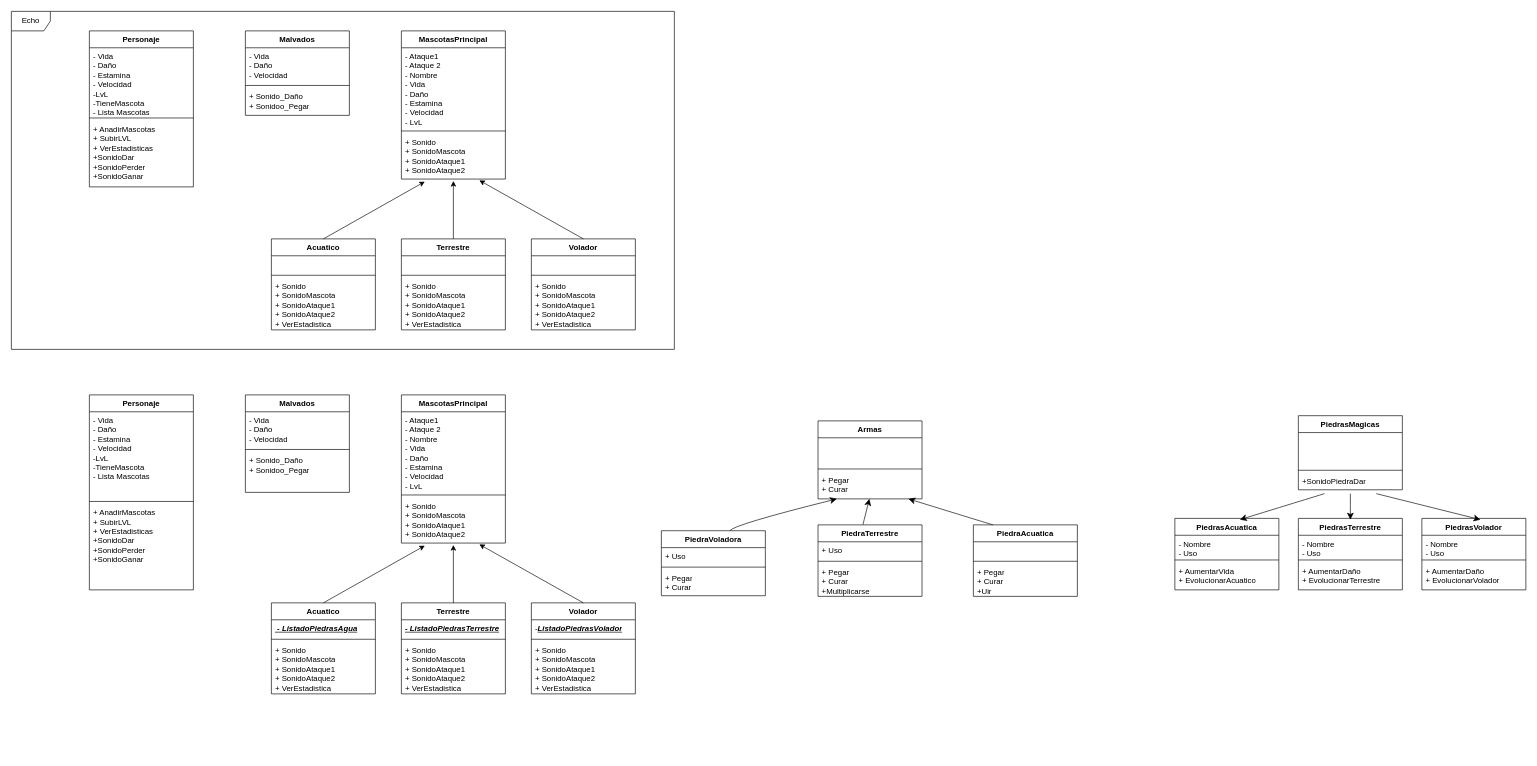
Before: Diagrama.drawio in PereMateuRodriguez/Proyecto_Pokimin, a draw.io diagram. Source tidied: cells renumbered, new cells numbered last; positions are measured from the earlier drawing's top-left corner, leaving out a move shared by most shapes. Both pictures are drawn from the tidied source at 65%, with x=0, y=0 at pixel (11, 11).
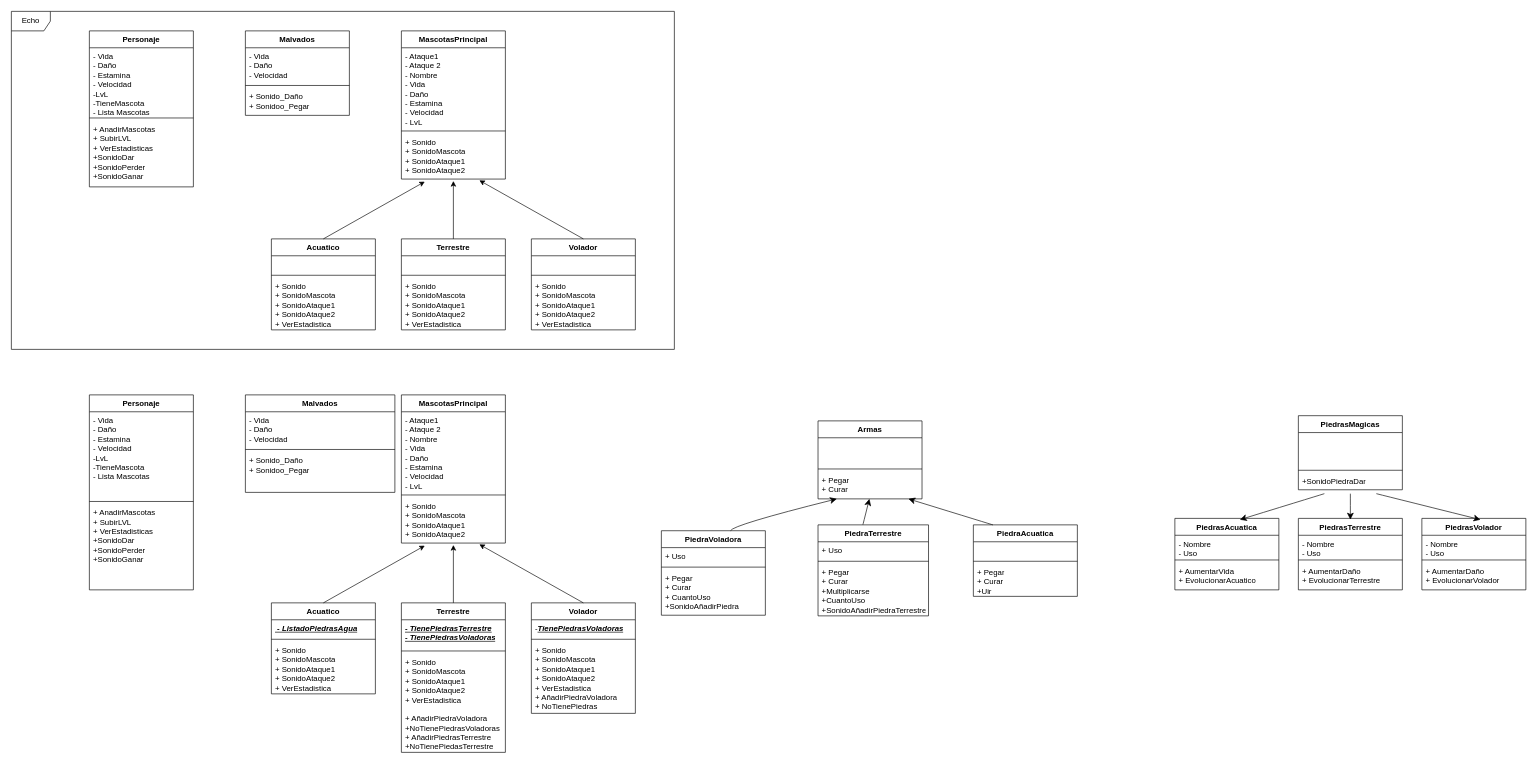
The same diagram, later.

Commit message (it also covers changes not shown here):
Añadiendo Piedras Magicas e diagrama de clases

Change to the diagram source:
```diff
@@
     <mxCell id="34" value="Malvados" style="swimlane;fontStyle=1;align=center;verticalAlign=top;horizontal=1;startSize=26;whiteSpace=wrap;html=1;" parent="1" vertex="1">
-      <mxGeometry x="360" y="590" width="160" height="150" as="geometry" />
+      <mxGeometry x="360" y="590" width="230" height="150" as="geometry" />
     </mxCell>
     <mxCell id="35" value="- Vida&lt;br&gt;- Daño&lt;br&gt;- Velocidad" style="text;align=left;verticalAlign=top;spacingLeft=4;spacingRight=4;overflow=hidden;whiteSpace=wrap;html=1;" parent="34" vertex="1">
-      <mxGeometry y="26" width="160" height="54" as="geometry" />
+      <mxGeometry y="26" width="230" height="54" as="geometry" />
     </mxCell>
     <mxCell id="36" style="line;strokeWidth=1;fillColor=none;align=left;verticalAlign=middle;spacingTop=-1;spacingLeft=3;spacingRight=3;labelPosition=right;strokeColor=inherit;" parent="34" vertex="1">
-      <mxGeometry y="80" width="160" height="8" as="geometry" />
+      <mxGeometry y="80" width="230" height="8" as="geometry" />
     </mxCell>
-    <mxCell id="37" value="+ Sonido_Daño&lt;br&gt;+ Sonidoo_Pegar&lt;br&gt;" style="text;strokeColor=none;fillColor=none;align=left;verticalAlign=top;spacingLeft=4;spacingRight=4;overflow=hidden;whiteSpace=wrap;html=1;" parent="34" vertex="1">
-      <mxGeometry y="88" width="160" height="62" as="geometry" />
+    <mxCell id="37" value="+ Sonido_Daño&lt;br&gt;+ Sonidoo_Pegar" style="text;strokeColor=none;fillColor=none;align=left;verticalAlign=top;spacingLeft=4;spacingRight=4;overflow=hidden;whiteSpace=wrap;html=1;" parent="34" vertex="1">
+      <mxGeometry y="88" width="230" height="62" as="geometry" />
     </mxCell>
@@
     <mxCell id="46" value="Terrestre" style="swimlane;fontStyle=1;align=center;verticalAlign=top;horizontal=1;startSize=26;whiteSpace=wrap;html=1;" parent="1" vertex="1">
-      <mxGeometry x="600" y="910" width="160" height="140" as="geometry" />
+      <mxGeometry x="600" y="910" width="160" height="230" as="geometry" />
     </mxCell>
-    <mxCell id="47" value="&lt;u&gt;&lt;i&gt;&lt;b&gt;- ListadoPiedrasTerrestre&lt;br&gt;&lt;/b&gt;&lt;/i&gt;&lt;/u&gt;" style="text;strokeColor=none;fillColor=none;align=left;verticalAlign=top;spacingLeft=4;spacingRight=4;overflow=hidden;whiteSpace=wrap;html=1;" parent="46" vertex="1">
-      <mxGeometry y="26" width="160" height="26" as="geometry" />
+    <mxCell id="47" value="&lt;u&gt;&lt;i&gt;&lt;b&gt;- TienePiedrasTerrestre&lt;/b&gt;&lt;/i&gt;&lt;/u&gt;&lt;div&gt;&lt;u&gt;&lt;i&gt;&lt;b&gt;- TienePiedrasVoladoras&lt;/b&gt;&lt;/i&gt;&lt;/u&gt;&lt;/div&gt;" style="text;strokeColor=none;fillColor=none;align=left;verticalAlign=top;spacingLeft=4;spacingRight=4;overflow=hidden;whiteSpace=wrap;html=1;" parent="46" vertex="1">
+      <mxGeometry y="26" width="160" height="44" as="geometry" />
     </mxCell>
     <mxCell id="48" style="line;strokeWidth=1;fillColor=none;align=left;verticalAlign=middle;spacingTop=-1;spacingLeft=3;spacingRight=3;labelPosition=right;strokeColor=inherit;" parent="46" vertex="1">
-      <mxGeometry y="52" width="160" height="8" as="geometry" />
+      <mxGeometry y="70" width="160" height="8" as="geometry" />
     </mxCell>
-    <mxCell id="49" value="+ Sonido&lt;br style=&quot;border-color: var(--border-color);&quot;&gt;+ SonidoMascota&lt;br style=&quot;border-color: var(--border-color);&quot;&gt;+ SonidoAtaque1&lt;br style=&quot;border-color: var(--border-color);&quot;&gt;+ SonidoAtaque2&lt;br&gt;+ VerEstadistica" style="text;strokeColor=none;fillColor=none;align=left;verticalAlign=top;spacingLeft=4;spacingRight=4;overflow=hidden;whiteSpace=wrap;html=1;" parent="46" vertex="1">
-      <mxGeometry y="60" width="160" height="80" as="geometry" />
+    <mxCell id="49" value="+ Sonido&lt;br style=&quot;border-color: var(--border-color);&quot;&gt;+ SonidoMascota&lt;br style=&quot;border-color: var(--border-color);&quot;&gt;+ SonidoAtaque1&lt;br style=&quot;border-color: var(--border-color);&quot;&gt;+ SonidoAtaque2&lt;br&gt;+ VerEstadistica&lt;div&gt;&lt;br&gt;&lt;/div&gt;&lt;div&gt;+ AñadirPiedraVoladora&lt;/div&gt;&lt;div&gt;+NoTienePiedrasVoladoras&lt;/div&gt;&lt;div&gt;+ AñadirPiedrasTerrestre&lt;/div&gt;&lt;div&gt;+NoTienePiedasTerrestre&lt;/div&gt;" style="text;strokeColor=none;fillColor=none;align=left;verticalAlign=top;spacingLeft=4;spacingRight=4;overflow=hidden;whiteSpace=wrap;html=1;" parent="46" vertex="1">
+      <mxGeometry y="78" width="160" height="152" as="geometry" />
     </mxCell>
     <mxCell id="50" value="Volador" style="swimlane;fontStyle=1;align=center;verticalAlign=top;horizontal=1;startSize=26;whiteSpace=wrap;html=1;" parent="1" vertex="1">
-      <mxGeometry x="800" y="910" width="160" height="140" as="geometry" />
+      <mxGeometry x="800" y="910" width="160" height="170" as="geometry" />
     </mxCell>
-    <mxCell id="51" value="-&lt;i&gt;&lt;b&gt;&lt;u&gt;ListadoPiedrasVolador&lt;/u&gt;&lt;/b&gt;&lt;/i&gt;" style="text;strokeColor=none;fillColor=none;align=left;verticalAlign=top;spacingLeft=4;spacingRight=4;overflow=hidden;whiteSpace=wrap;html=1;" parent="50" vertex="1">
+    <mxCell id="51" value="-&lt;i&gt;&lt;b&gt;&lt;u&gt;TienePiedrasVoladoras&lt;/u&gt;&lt;/b&gt;&lt;/i&gt;" style="text;strokeColor=none;fillColor=none;align=left;verticalAlign=top;spacingLeft=4;spacingRight=4;overflow=hidden;whiteSpace=wrap;html=1;" parent="50" vertex="1">
       <mxGeometry y="26" width="160" height="26" as="geometry" />
     </mxCell>
@@
-    <mxCell id="53" value="+ Sonido&lt;br style=&quot;border-color: var(--border-color);&quot;&gt;+ SonidoMascota&lt;br style=&quot;border-color: var(--border-color);&quot;&gt;+ SonidoAtaque1&lt;br style=&quot;border-color: var(--border-color);&quot;&gt;+ SonidoAtaque2&lt;br&gt;+ VerEstadistica" style="text;strokeColor=none;fillColor=none;align=left;verticalAlign=top;spacingLeft=4;spacingRight=4;overflow=hidden;whiteSpace=wrap;html=1;" parent="50" vertex="1">
-      <mxGeometry y="60" width="160" height="80" as="geometry" />
+    <mxCell id="53" value="+ Sonido&lt;br style=&quot;border-color: var(--border-color);&quot;&gt;+ SonidoMascota&lt;br style=&quot;border-color: var(--border-color);&quot;&gt;+ SonidoAtaque1&lt;br style=&quot;border-color: var(--border-color);&quot;&gt;+ SonidoAtaque2&lt;br&gt;+ VerEstadistica&lt;div&gt;+ AñadirPiedraVoladora&lt;/div&gt;&lt;div&gt;+ NoTienePiedras&lt;/div&gt;" style="text;strokeColor=none;fillColor=none;align=left;verticalAlign=top;spacingLeft=4;spacingRight=4;overflow=hidden;whiteSpace=wrap;html=1;" parent="50" vertex="1">
+      <mxGeometry y="60" width="160" height="110" as="geometry" />
     </mxCell>
@@
     <mxCell id="81" value="PiedraVoladora" style="swimlane;fontStyle=1;align=center;verticalAlign=top;horizontal=1;startSize=26;whiteSpace=wrap;html=1;" parent="1" vertex="1">
-      <mxGeometry x="1000" y="799" width="160" height="100" as="geometry" />
+      <mxGeometry x="1000" y="799" width="160" height="130" as="geometry" />
     </mxCell>
@@
-    <mxCell id="84" value="+ Pegar&lt;div&gt;+ Curar&lt;/div&gt;" style="text;strokeColor=none;fillColor=none;align=left;verticalAlign=top;spacingLeft=4;spacingRight=4;overflow=hidden;whiteSpace=wrap;html=1;" parent="81" vertex="1">
-      <mxGeometry y="60" width="160" height="40" as="geometry" />
+    <mxCell id="84" value="+ Pegar&lt;div&gt;+ Curar&lt;/div&gt;&lt;div&gt;+ CuantoUso&lt;/div&gt;&lt;div&gt;+SonidoAñadirPiedra&lt;/div&gt;" style="text;strokeColor=none;fillColor=none;align=left;verticalAlign=top;spacingLeft=4;spacingRight=4;overflow=hidden;whiteSpace=wrap;html=1;" parent="81" vertex="1">
+      <mxGeometry y="60" width="160" height="70" as="geometry" />
     </mxCell>
     <mxCell id="85" value="PiedraTerrestre" style="swimlane;fontStyle=1;align=center;verticalAlign=top;horizontal=1;startSize=26;whiteSpace=wrap;html=1;" parent="1" vertex="1">
-      <mxGeometry x="1241" y="790" width="160" height="110" as="geometry" />
+      <mxGeometry x="1241" y="790" width="170" height="140" as="geometry" />
     </mxCell>
     <mxCell id="86" value="+ Uso" style="text;strokeColor=none;fillColor=none;align=left;verticalAlign=top;spacingLeft=4;spacingRight=4;overflow=hidden;whiteSpace=wrap;html=1;" parent="85" vertex="1">
-      <mxGeometry y="26" width="160" height="26" as="geometry" />
+      <mxGeometry y="26" width="170" height="26" as="geometry" />
     </mxCell>
     <mxCell id="87" style="line;strokeWidth=1;fillColor=none;align=left;verticalAlign=middle;spacingTop=-1;spacingLeft=3;spacingRight=3;labelPosition=right;strokeColor=inherit;" parent="85" vertex="1">
-      <mxGeometry y="52" width="160" height="8" as="geometry" />
+      <mxGeometry y="52" width="170" height="8" as="geometry" />
     </mxCell>
-    <mxCell id="88" value="+ Pegar&lt;div&gt;+ Curar&lt;/div&gt;&lt;div&gt;+Multiplicarse&lt;/div&gt;" style="text;strokeColor=none;fillColor=none;align=left;verticalAlign=top;spacingLeft=4;spacingRight=4;overflow=hidden;whiteSpace=wrap;html=1;" parent="85" vertex="1">
-      <mxGeometry y="60" width="160" height="50" as="geometry" />
+    <mxCell id="88" value="+ Pegar&lt;div&gt;+ Curar&lt;/div&gt;&lt;div&gt;+Multiplicarse&lt;/div&gt;&lt;div&gt;+CuantoUso&lt;/div&gt;&lt;div&gt;+SonidoAñadirPiedraTerrestre&lt;/div&gt;" style="text;strokeColor=none;fillColor=none;align=left;verticalAlign=top;spacingLeft=4;spacingRight=4;overflow=hidden;whiteSpace=wrap;html=1;" parent="85" vertex="1">
+      <mxGeometry y="60" width="170" height="80" as="geometry" />
     </mxCell>
```
